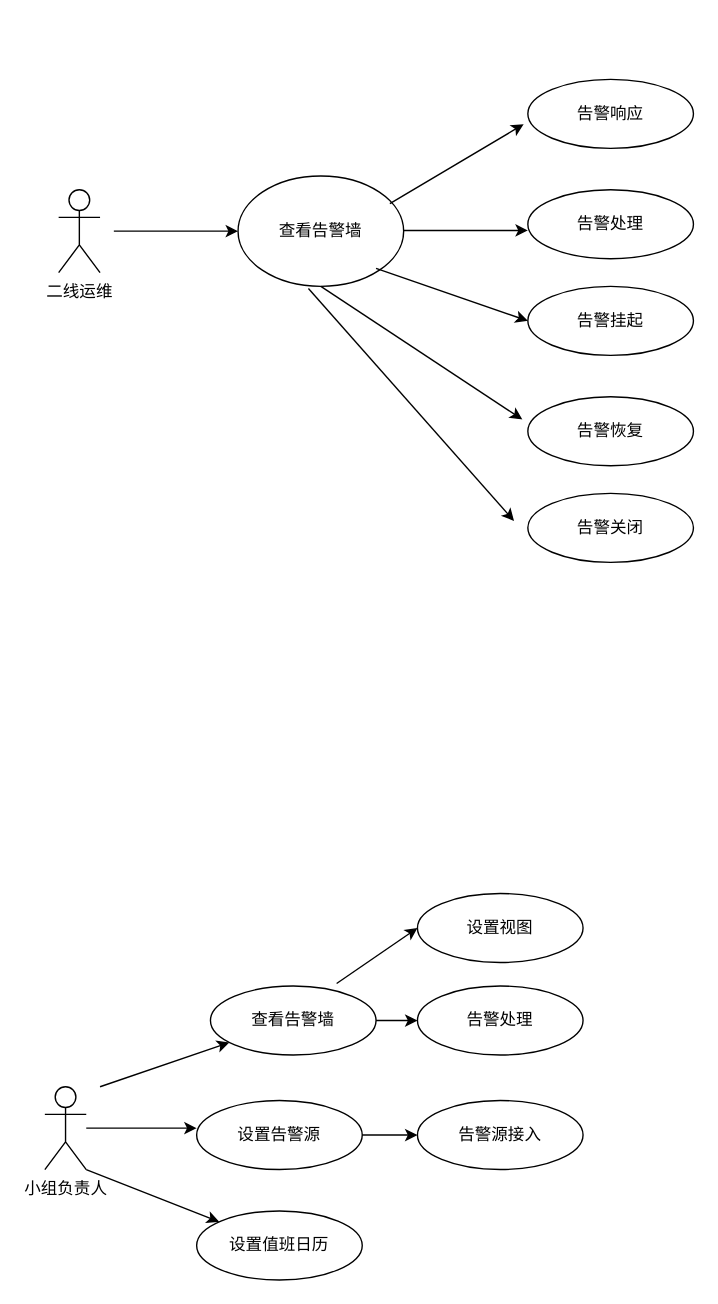
The draw.io diagram 未命名绘图.drawio in jaywin2u/practices, before the edit. Source tidied: cells renumbered, new cells numbered last; positions are measured from the earlier drawing's top-left corner, leaving out a move shared by most shapes. Both pictures are drawn from the tidied source at 138%, with x=0, y=0 at pixel (44, 79).
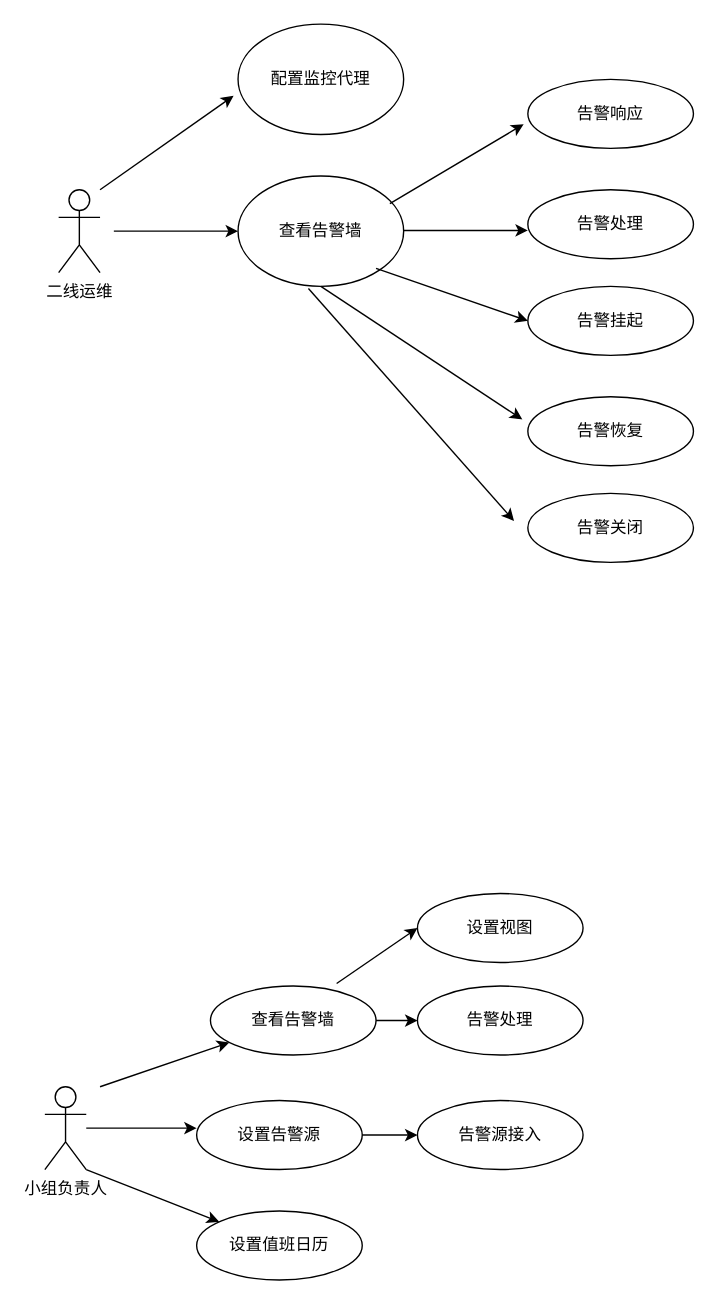
The same page after the edit.

Commit message:
更新未命名绘图.drawio

What changed in the source:
```diff
@@
+    <mxCell id="28" value="配置监控代理" style="ellipse;whiteSpace=wrap;html=1;" parent="1" vertex="1">
+      <mxGeometry x="140" y="-40" width="120" height="80" as="geometry" />
+    </mxCell>
+    <mxCell id="29" style="endArrow=classic;html=1;rounded=0;entryX=-0.027;entryY=0.649;entryDx=0;entryDy=0;entryPerimeter=0;" parent="1" edge="1" target="28">
+      <mxGeometry relative="1" as="geometry">
+        <mxPoint x="40" y="80" as="sourcePoint" />
+      </mxGeometry>
+    </mxCell>
```
